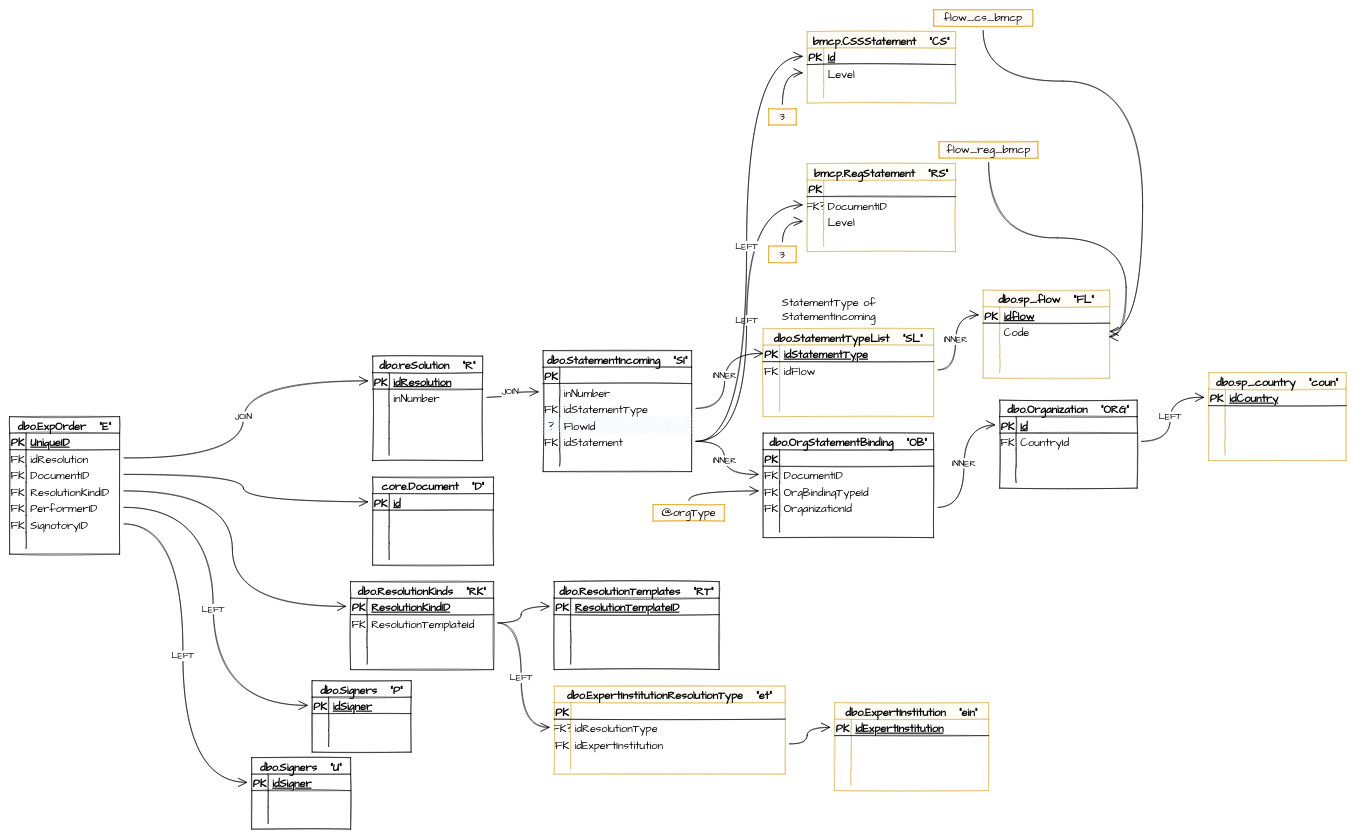
Earlier version of the draw.io diagram SQL/GRLS/dbo/StoredProc/GetRpTaskBMCP.sql/GetRpTaskBMCP.drawio (davyd0ff/so-line-grls). Source tidied: cells renumbered, new cells numbered last; positions are measured from the earlier drawing's top-left corner, leaving out a move shared by most shapes. Both pictures are drawn from the tidied source at 55%, with x=0, y=0 at pixel (9, 9).
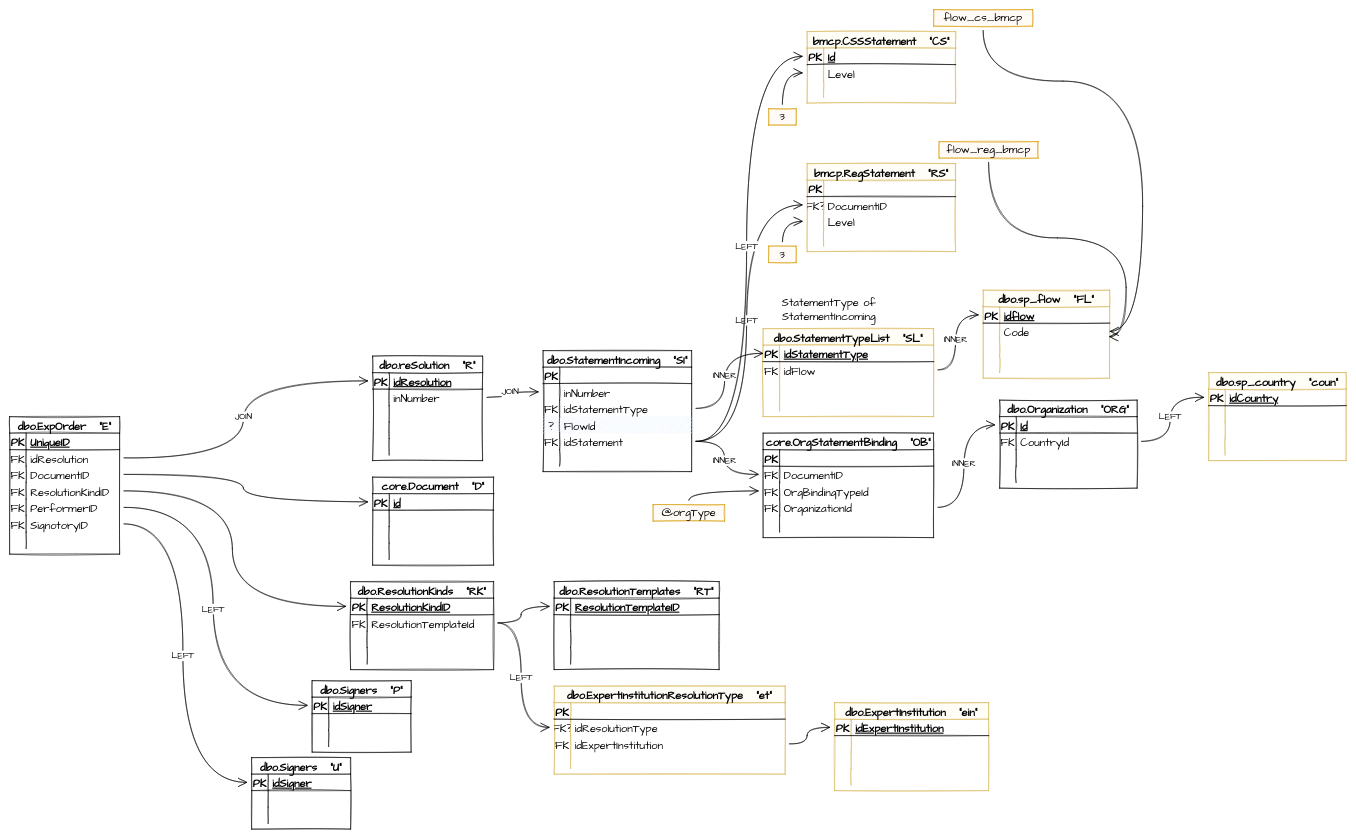
After the change.

Diff of the diagram source:
```diff
@@
-    <mxCell id="154" value="dbo.OrgStatementBinding   &quot;OB&quot;" style="shape=table;startSize=30;childLayout=tableLayout;rowLines=0;fontStyle=1;align=center;sketch=1;hachureGap=4;fontFamily=Architects Daughter;fontSize=20;" parent="1" vertex="1">
+    <mxCell id="154" value="core.OrgStatementBinding   &quot;OB&quot;" style="shape=table;startSize=30;childLayout=tableLayout;rowLines=0;fontStyle=1;align=center;sketch=1;hachureGap=4;fontFamily=Architects Daughter;fontSize=20;" parent="1" vertex="1">
       <mxGeometry x="1370" y="770" width="310" height="190" as="geometry" />
     </mxCell>
```
